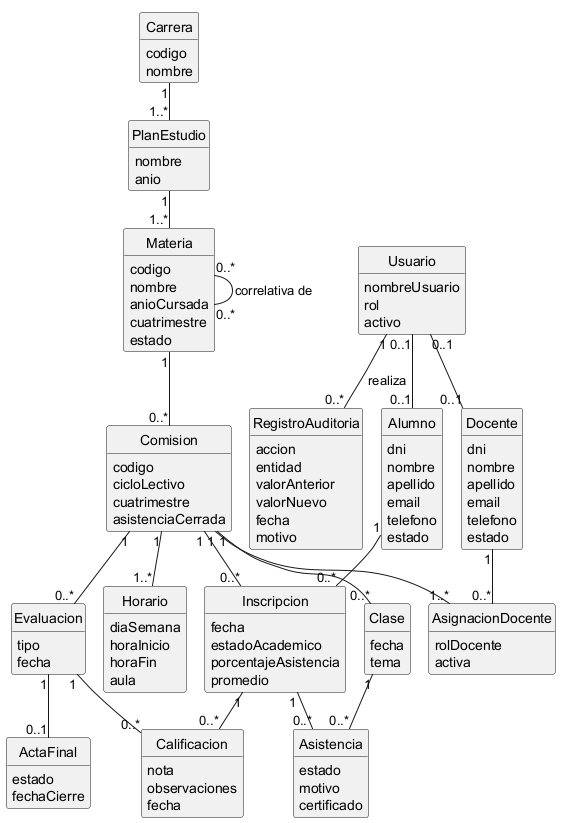
Earlier version of the PlantUML export document/diagramas/clases-analisis.png (ISMAELALTHENOFER/BACKOFFICE-ACADEMICO-ITEC-N-1). Its diagram source:
```plantuml
@startuml clases-analisis
!pragma layout smetana
skinparam shadowing false
hide methods
hide circle

class Usuario {
  nombreUsuario
  rol
  activo
}
class Alumno {
  dni
  nombre
  apellido
  email
  telefono
  estado
}
class Docente {
  dni
  nombre
  apellido
  email
  telefono
  estado
}
class Carrera {
  codigo
  nombre
}
class PlanEstudio {
  nombre
  anio
}
class Materia {
  codigo
  nombre
  anioCursada
  cuatrimestre
  estado
}
class Comision {
  codigo
  cicloLectivo
  cuatrimestre
  asistenciaCerrada
}
class Horario {
  diaSemana
  horaInicio
  horaFin
  aula
}
class Clase {
  fecha
  tema
}
class AsignacionDocente {
  rolDocente
  activa
}
class Inscripcion {
  fecha
  estadoAcademico
  porcentajeAsistencia
  promedio
}
class Asistencia {
  estado
  motivo
  certificado
}
class Evaluacion {
  tipo
  fecha
}
class Calificacion {
  nota
  observaciones
  fecha
}
class ActaFinal {
  estado
  fechaCierre
}
class RegistroAuditoria {
  accion
  entidad
  valorAnterior
  valorNuevo
  fecha
  motivo
}

Usuario "0..1" -- "0..1" Alumno
Usuario "0..1" -- "0..1" Docente
Carrera "1" -- "1..*" PlanEstudio
PlanEstudio "1" -- "1..*" Materia
Materia "0..*" -- "0..*" Materia : correlativa de >
Materia "1" -- "0..*" Comision
Comision "1" -- "1..*" Horario
Comision "1" -- "0..*" Clase
Comision "1" -- "1..*" AsignacionDocente
Docente "1" -- "0..*" AsignacionDocente
Alumno "1" -- "0..*" Inscripcion
Comision "1" -- "0..*" Inscripcion
Inscripcion "1" -- "0..*" Asistencia
Clase "1" -- "0..*" Asistencia
Comision "1" -- "0..*" Evaluacion
Evaluacion "1" -- "0..*" Calificacion
Inscripcion "1" -- "0..*" Calificacion
Evaluacion "1" -- "0..1" ActaFinal
Usuario "1" -- "0..*" RegistroAuditoria : realiza >
@enduml
```
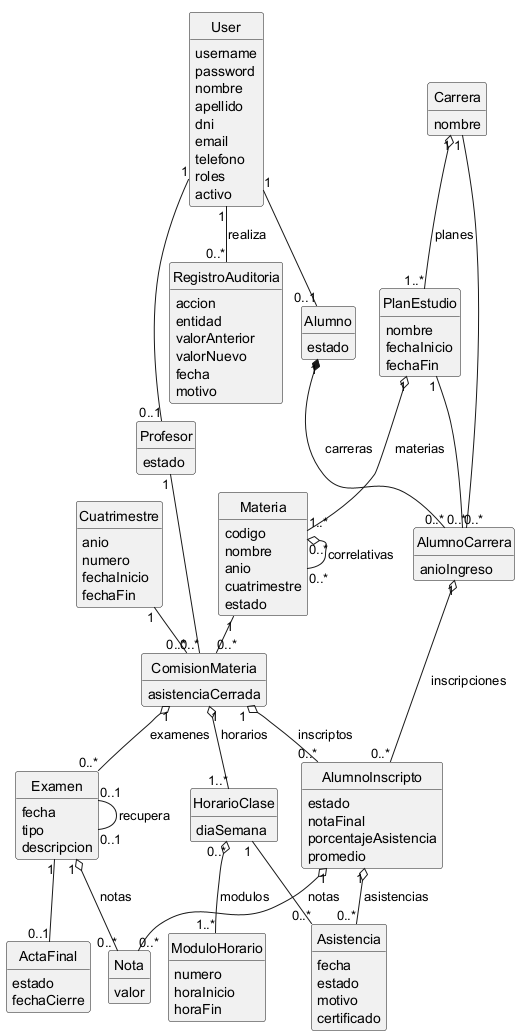
Above is the later version.

Diff of the diagram source:
```diff
@@ -4,81 +4,77 @@
 hide methods
 hide circle
 
-class Usuario {
-  nombreUsuario
-  rol
+class User {
+  username
+  password
+  nombre
+  apellido
+  dni
+  email
+  telefono
+  roles
   activo
 }
 class Alumno {
-  dni
-  nombre
-  apellido
-  email
-  telefono
   estado
 }
-class Docente {
-  dni
-  nombre
-  apellido
-  email
-  telefono
+class Profesor {
   estado
 }
 class Carrera {
-  codigo
   nombre
 }
 class PlanEstudio {
   nombre
-  anio
+  fechaInicio
+  fechaFin
+}
+class AlumnoCarrera {
+  anioIngreso
 }
 class Materia {
   codigo
   nombre
-  anioCursada
+  anio
   cuatrimestre
   estado
 }
-class Comision {
-  codigo
-  cicloLectivo
-  cuatrimestre
+class Cuatrimestre {
+  anio
+  numero
+  fechaInicio
+  fechaFin
+}
+class ComisionMateria {
   asistenciaCerrada
 }
-class Horario {
+class HorarioClase {
   diaSemana
+}
+class ModuloHorario {
+  numero
   horaInicio
   horaFin
-  aula
 }
-class Clase {
-  fecha
-  tema
-}
-class AsignacionDocente {
-  rolDocente
-  activa
-}
-class Inscripcion {
-  fecha
-  estadoAcademico
+class AlumnoInscripto {
+  estado
+  notaFinal
   porcentajeAsistencia
   promedio
 }
 class Asistencia {
+  fecha
   estado
   motivo
   certificado
 }
-class Evaluacion {
+class Examen {
+  fecha
   tipo
-  fecha
+  descripcion
 }
-class Calificacion {
-  nota
-  observaciones
-  fecha
+class Nota {
+  valor
 }
 class ActaFinal {
   estado
@@ -93,23 +89,27 @@
   motivo
 }
 
-Usuario "0..1" -- "0..1" Alumno
-Usuario "0..1" -- "0..1" Docente
-Carrera "1" -- "1..*" PlanEstudio
-PlanEstudio "1" -- "1..*" Materia
-Materia "0..*" -- "0..*" Materia : correlativa de >
-Materia "1" -- "0..*" Comision
-Comision "1" -- "1..*" Horario
-Comision "1" -- "0..*" Clase
-Comision "1" -- "1..*" AsignacionDocente
-Docente "1" -- "0..*" AsignacionDocente
-Alumno "1" -- "0..*" Inscripcion
-Comision "1" -- "0..*" Inscripcion
-Inscripcion "1" -- "0..*" Asistencia
-Clase "1" -- "0..*" Asistencia
-Comision "1" -- "0..*" Evaluacion
-Evaluacion "1" -- "0..*" Calificacion
-Inscripcion "1" -- "0..*" Calificacion
-Evaluacion "1" -- "0..1" ActaFinal
-Usuario "1" -- "0..*" RegistroAuditoria : realiza >
+User "1" -- "0..1" Alumno
+User "1" -- "0..1" Profesor
+Carrera "1" o-- "1..*" PlanEstudio : planes
+PlanEstudio "1" o-- "1..*" Materia : materias
+Materia "0..*" o-- "0..*" Materia : correlativas
+Alumno "1" *-- "0..*" AlumnoCarrera : carreras
+Carrera "1" -- "0..*" AlumnoCarrera
+PlanEstudio "1" -- "0..*" AlumnoCarrera
+Materia "1" -- "0..*" ComisionMateria
+Cuatrimestre "1" -- "0..*" ComisionMateria
+Profesor "1" -- "0..*" ComisionMateria
+ComisionMateria "1" o-- "1..*" HorarioClase : horarios
+HorarioClase "0..*" o-- "1..*" ModuloHorario : modulos
+ComisionMateria "1" o-- "0..*" Examen : examenes
+ComisionMateria "1" o-- "0..*" AlumnoInscripto : inscriptos
+AlumnoCarrera "1" o-- "0..*" AlumnoInscripto : inscripciones
+AlumnoInscripto "1" o-- "0..*" Asistencia : asistencias
+HorarioClase "1" -- "0..*" Asistencia
+AlumnoInscripto "1" o-- "0..*" Nota : notas
+Examen "1" o-- "0..*" Nota : notas
+Examen "0..1" -- "0..1" Examen : recupera >
+Examen "1" -- "0..1" ActaFinal
+User "1" -- "0..*" RegistroAuditoria : realiza >
 @enduml
```
